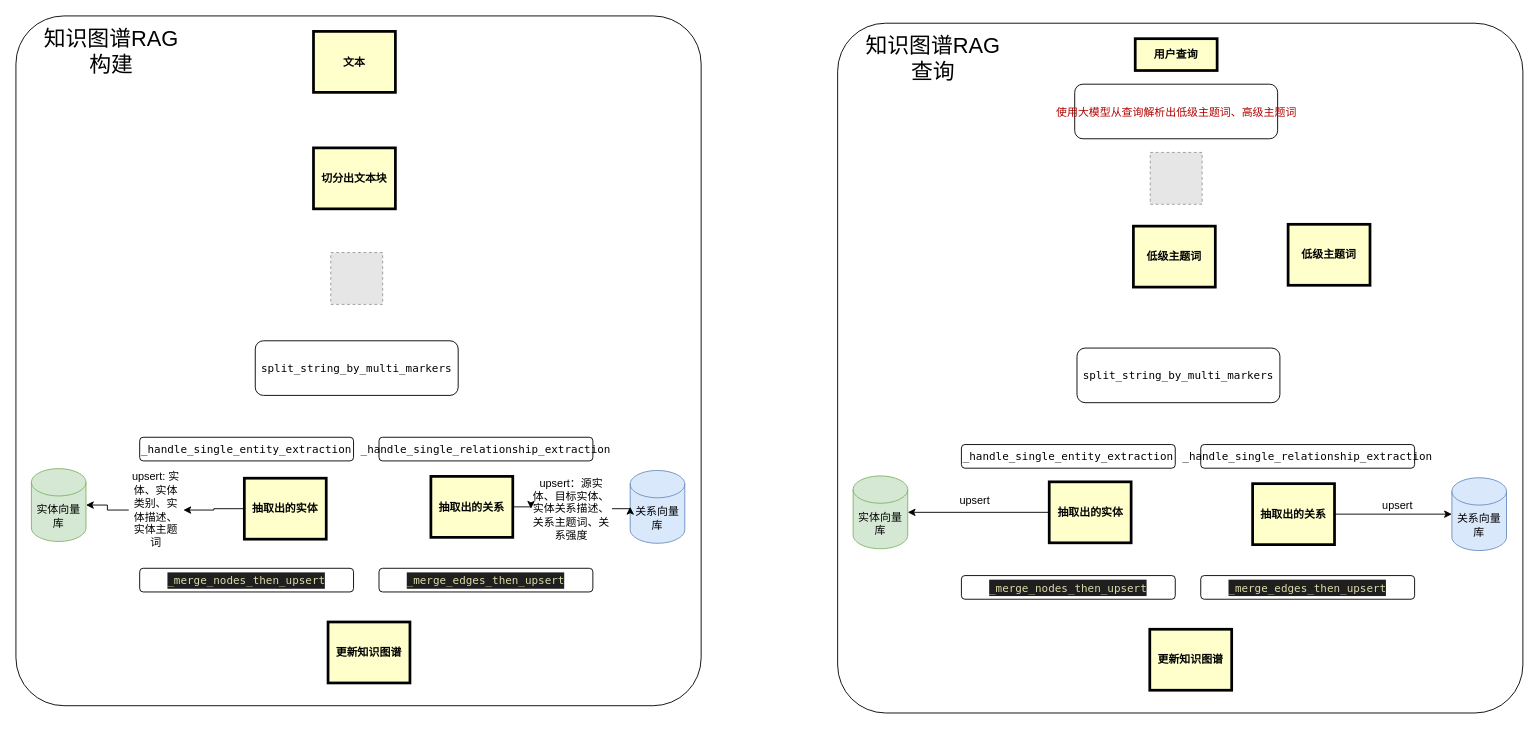
liweizhen111/GIt-GitHub_Note keeps this draw.io diagram as 知识图谱RAG.drawio. Above is the earlier version. Source tidied: cells renumbered, new cells numbered last; positions are measured from the earlier drawing's top-left corner, leaving out a move shared by most shapes. Both pictures are drawn from the tidied source at 91%, with x=0, y=0 at pixel (15, 15). Pictures stored in the file or linked from it are replaced by grey dashed boxes.
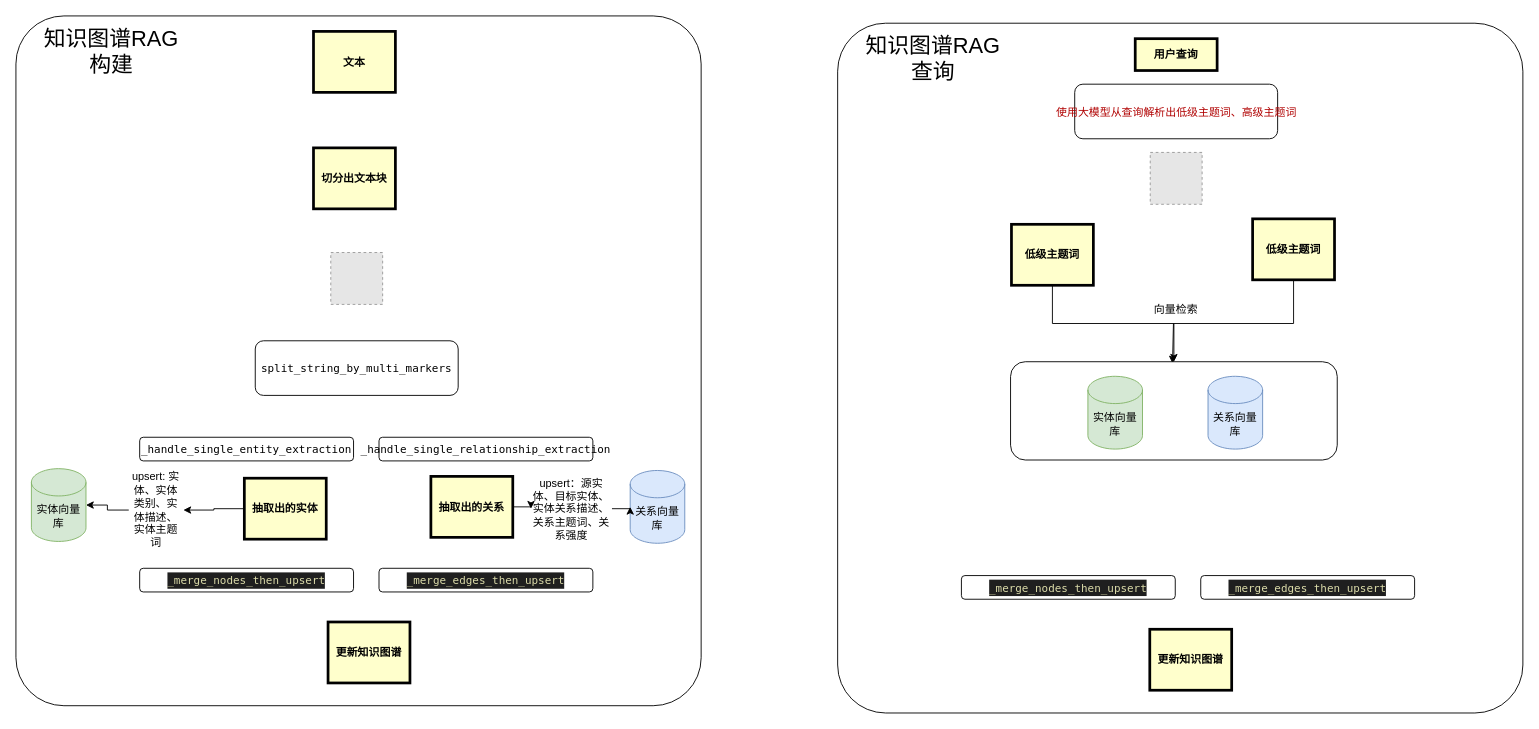
After the change.

Commit message (it also covers changes not shown here):
更新知识图谱RAG.drawio

What changed in the source:
```diff
@@
+    <mxCell id="44" style="edgeStyle=orthogonalEdgeStyle;rounded=0;jettySize=auto;html=1;exitX=0.5;exitY=1;exitDx=0;exitDy=0;entryX=0.5;entryY=0;entryDx=0;entryDy=0;" parent="1" edge="1" source="21" target="46">
+      <mxGeometry relative="1" as="geometry" />
+    </mxCell>
     <mxCell id="21" value="低级主题词" style="whiteSpace=wrap;align=center;verticalAlign=middle;fontStyle=1;strokeWidth=3;fillColor=#FFFFCC;" parent="1" vertex="1">
-      <mxGeometry x="1228" y="231" width="90" height="67" as="geometry" />
+      <mxGeometry x="1094" y="229" width="90" height="67" as="geometry" />
     </mxCell>
-    <mxCell id="22" value="抽取出的实体" style="whiteSpace=wrap;align=center;verticalAlign=middle;fontStyle=1;strokeWidth=3;fillColor=#FFFFCC;" parent="1" vertex="1">
-      <mxGeometry x="1135.5" y="512" width="90" height="67" as="geometry" />
-    </mxCell>
-    <mxCell id="23" value="抽取出的关系" style="whiteSpace=wrap;align=center;verticalAlign=middle;fontStyle=1;strokeWidth=3;fillColor=#FFFFCC;" parent="1" vertex="1">
-      <mxGeometry x="1359" y="514" width="90" height="67" as="geometry" />
-    </mxCell>
@@
-    <mxCell id="25" value="关系向量库" style="shape=cylinder3;whiteSpace=wrap;html=1;boundedLbl=1;backgroundOutline=1;size=15;fillColor=#dae8fc;strokeColor=#6c8ebf;" parent="1" vertex="1">
-      <mxGeometry x="1578" y="507.5" width="60" height="80" as="geometry" />
-    </mxCell>
-    <mxCell id="26" value="实体向量库" style="shape=cylinder3;whiteSpace=wrap;html=1;boundedLbl=1;backgroundOutline=1;size=15;fillColor=#d5e8d4;strokeColor=#82b366;" parent="1" vertex="1">
-      <mxGeometry x="920" y="505.5" width="60" height="80" as="geometry" />
-    </mxCell>
@@
-    <mxCell id="28" value="&lt;div style=&quot;text-align: start; font-family: Menlo, Monaco, &amp;quot;Courier New&amp;quot;, monospace; line-height: 18px; white-space: pre;&quot;&gt;&lt;span style=&quot;color: rgb(0, 0, 0);&quot;&gt;split_string_by_multi_markers&lt;/span&gt;&lt;/div&gt;" style="rounded=1;whiteSpace=wrap;html=1;" parent="1" vertex="1">
-      <mxGeometry x="1166" y="365" width="223" height="60" as="geometry" />
-    </mxCell>
-    <mxCell id="29" value="&lt;div style=&quot;text-align: start; font-family: Menlo, Monaco, &amp;quot;Courier New&amp;quot;, monospace; line-height: 18px; white-space: pre;&quot;&gt;&lt;div style=&quot;line-height: 18px;&quot;&gt;&lt;span style=&quot;color: rgb(0, 0, 0);&quot;&gt;_handle_single_entity_extraction&lt;/span&gt;&lt;/div&gt;&lt;/div&gt;" style="rounded=1;whiteSpace=wrap;html=1;" parent="1" vertex="1">
-      <mxGeometry x="1039" y="471" width="235" height="26" as="geometry" />
-    </mxCell>
-    <mxCell id="30" value="&lt;div style=&quot;text-align: start; font-family: Menlo, Monaco, &amp;quot;Courier New&amp;quot;, monospace; line-height: 18px; white-space: pre;&quot;&gt;&lt;div style=&quot;line-height: 18px;&quot;&gt;&lt;span style=&quot;color: rgb(0, 0, 0);&quot;&gt;_handle_single_relationship_extraction&lt;/span&gt;&lt;/div&gt;&lt;/div&gt;" style="rounded=1;whiteSpace=wrap;html=1;" parent="1" vertex="1">
-      <mxGeometry x="1302" y="471" width="235" height="26" as="geometry" />
-    </mxCell>
@@
-    <mxCell id="33" style="edgeStyle=orthogonalEdgeStyle;rounded=0;jettySize=auto;html=1;exitX=0;exitY=0.5;exitDx=0;exitDy=0;entryX=1;entryY=0.5;entryDx=0;entryDy=0;entryPerimeter=0;" parent="1" edge="1" source="22" target="26">
-      <mxGeometry relative="1" as="geometry" />
-    </mxCell>
-    <mxCell id="34" value="upsert" style="text;html=1;align=center;verticalAlign=middle;whiteSpace=wrap;rounded=0;" parent="1" vertex="1">
-      <mxGeometry x="1024" y="518" width="60" height="30" as="geometry" />
-    </mxCell>
-    <mxCell id="35" value="upsert" style="text;html=1;align=center;verticalAlign=middle;whiteSpace=wrap;rounded=0;" parent="1" vertex="1">
-      <mxGeometry x="1500" y="531" width="37" height="13" as="geometry" />
-    </mxCell>
-    <mxCell id="36" style="edgeStyle=orthogonalEdgeStyle;rounded=0;jettySize=auto;html=1;exitX=1;exitY=0.5;exitDx=0;exitDy=0;entryX=0;entryY=0.5;entryDx=0;entryDy=0;entryPerimeter=0;" parent="1" edge="1" source="23" target="25">
-      <mxGeometry relative="1" as="geometry" />
-    </mxCell>
@@
+    <mxCell id="45" style="edgeStyle=orthogonalEdgeStyle;rounded=0;jettySize=auto;html=1;exitX=0.5;exitY=1;exitDx=0;exitDy=0;" parent="1" edge="1" source="39">
+      <mxGeometry relative="1" as="geometry">
+        <mxPoint x="1271" y="382" as="targetPoint" />
+        <Array as="points">
+          <mxPoint x="1404" y="338" />
+          <mxPoint x="1272" y="338" />
+          <mxPoint x="1272" y="382" />
+        </Array>
+      </mxGeometry>
+    </mxCell>
     <mxCell id="39" value="低级主题词" style="whiteSpace=wrap;align=center;verticalAlign=middle;fontStyle=1;strokeWidth=3;fillColor=#FFFFCC;" parent="1" vertex="1">
-      <mxGeometry x="1398" y="229" width="90" height="67" as="geometry" />
+      <mxGeometry x="1359" y="223" width="90" height="67" as="geometry" />
     </mxCell>
@@
+    <mxCell id="46" value="&lt;div style=&quot;text-align: start; font-family: Menlo, Monaco, &amp;quot;Courier New&amp;quot;, monospace; line-height: 18px; white-space: pre;&quot;&gt;&lt;br&gt;&lt;/div&gt;" style="rounded=1;whiteSpace=wrap;html=1;" parent="1" vertex="1">
+      <mxGeometry x="1093" y="380" width="359" height="108" as="geometry" />
+    </mxCell>
@@
+    <mxCell id="25" value="关系向量库" style="shape=cylinder3;whiteSpace=wrap;html=1;boundedLbl=1;backgroundOutline=1;size=15;fillColor=#dae8fc;strokeColor=#6c8ebf;" parent="1" vertex="1">
+      <mxGeometry x="1310" y="396" width="60" height="80" as="geometry" />
+    </mxCell>
+    <mxCell id="26" value="实体向量库" style="shape=cylinder3;whiteSpace=wrap;html=1;boundedLbl=1;backgroundOutline=1;size=15;fillColor=#d5e8d4;strokeColor=#82b366;" parent="1" vertex="1">
+      <mxGeometry x="1178" y="396" width="60" height="80" as="geometry" />
+    </mxCell>
+    <mxCell id="47" value="向量检索" style="text;html=1;align=center;verticalAlign=middle;whiteSpace=wrap;rounded=0;" parent="1" vertex="1">
+      <mxGeometry x="1245" y="308" width="60" height="30" as="geometry" />
+    </mxCell>
```
